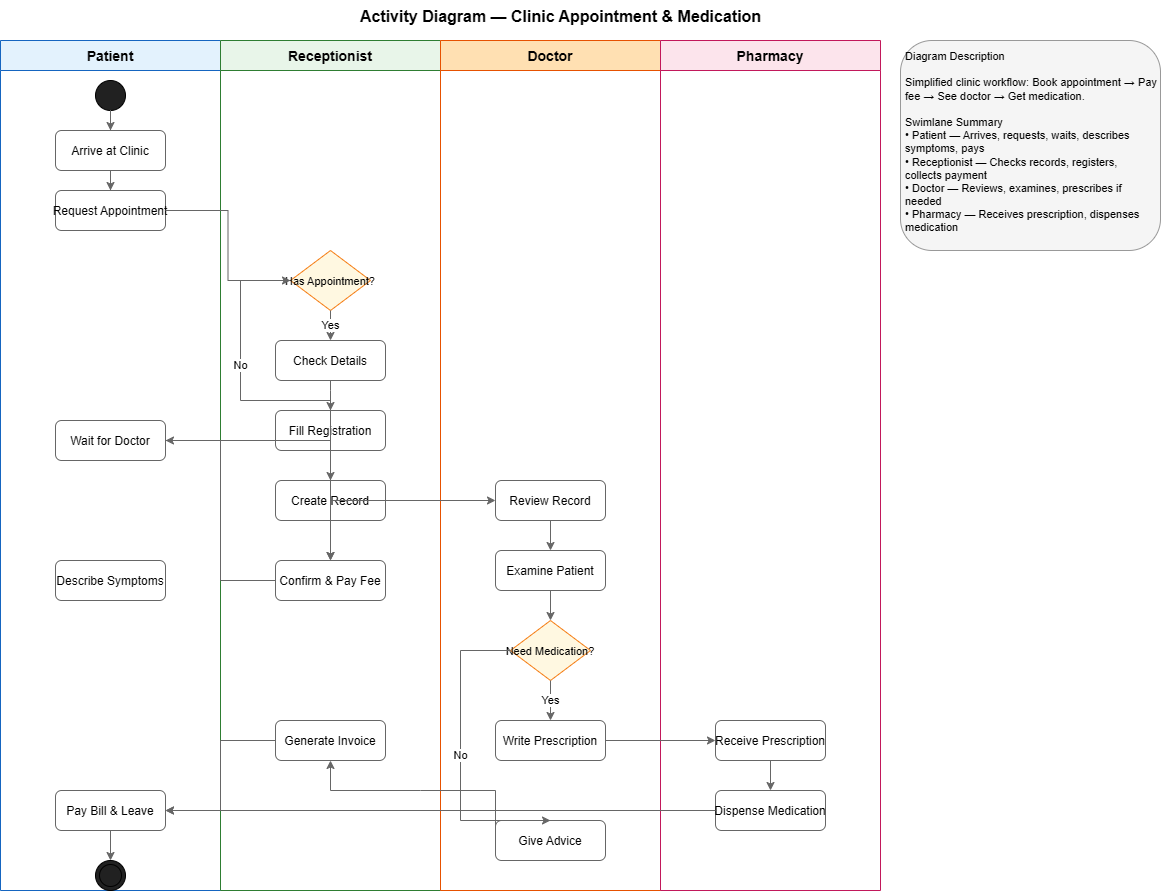
Before: Week5/Activity3/clinic_system.png, a diagram exported from draw.io (liangxiaoisme/MSE800). Source tidied: cells renumbered, new cells last; positions are measured from the earlier drawing's top-left corner, leaving out a move shared by most shapes.
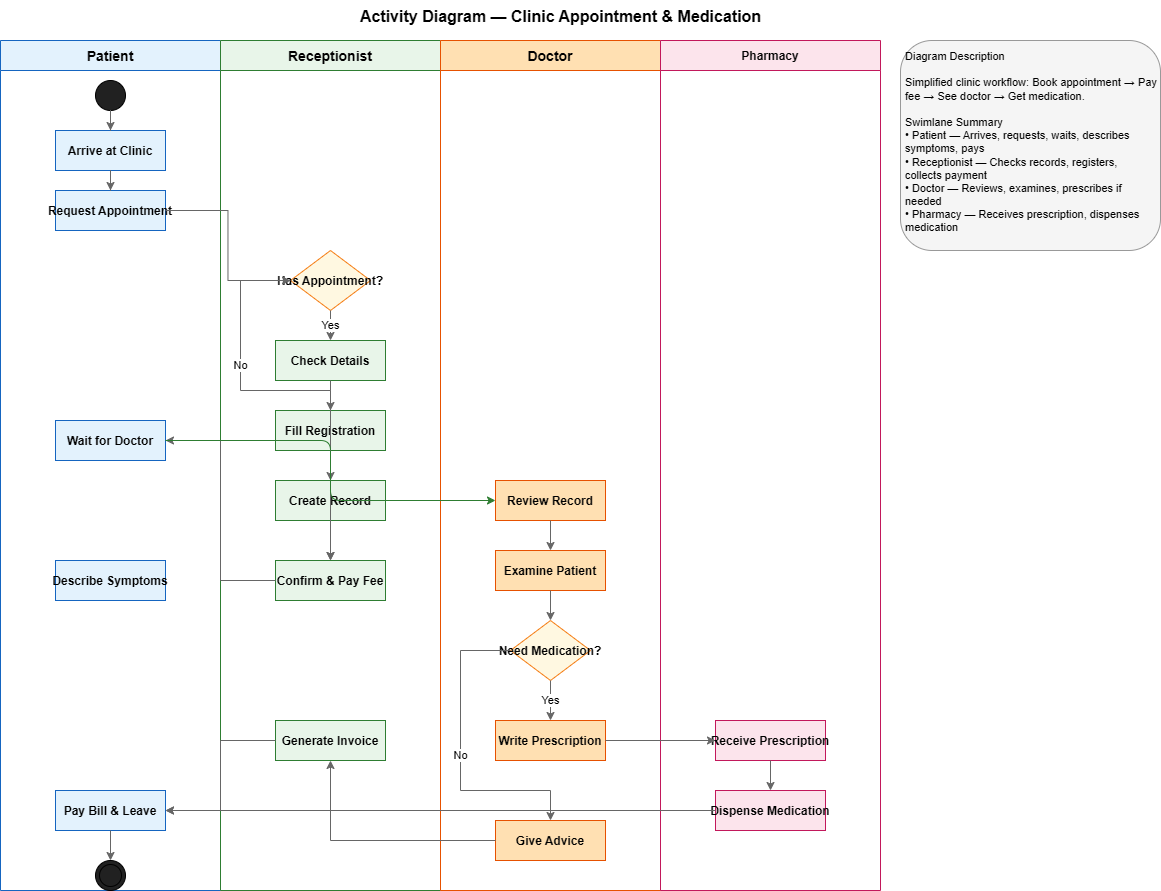
Above is the later version.

The edit, as a diff of the source:
```diff
@@ -5,25 +5,25 @@
     <mxCell id="2" value="Activity Diagram — Clinic Appointment &amp;amp; Medication" style="text;html=1;strokeColor=none;fillColor=none;fontSize=16;fontStyle=1;align=center;" parent="1" vertex="1">
       <mxGeometry x="260" width="600" height="30" as="geometry" />
     </mxCell>
-    <mxCell id="3" value="Patient" style="swimlane;fillColor=#E3F2FD;strokeColor=#1565C0;fontSize=14;fontStyle=1;startSize=30;" parent="1" vertex="1">
+    <mxCell id="3" value="Patient" style="swimlane;fillColor=#E3F2FD;strokeColor=#1565C0;fontSize=14;fontStyle=1;startSize=30;swimlaneFillColor=none;" parent="1" vertex="1">
       <mxGeometry y="40" width="220" height="850" as="geometry" />
     </mxCell>
     <mxCell id="4" style="ellipse;fillColor=#212121;strokeColor=#000000;" parent="3" vertex="1">
       <mxGeometry x="95" y="40" width="30" height="30" as="geometry" />
     </mxCell>
-    <mxCell id="5" value="Arrive at Clinic" style="rounded=1;fillColor=#FFFFFF;strokeColor=#666666;fontSize=12;" parent="3" vertex="1">
+    <mxCell id="5" value="Arrive at Clinic" style="fillColor=#E3F2FD;strokeColor=#1565C0;fontSize=12;align=center;verticalAlign=middle;swimlaneFillColor=none;fontFamily=Helvetica;fontColor=default;fontStyle=1;" parent="3" vertex="1">
       <mxGeometry x="55" y="90" width="110" height="40" as="geometry" />
     </mxCell>
-    <mxCell id="6" value="Request Appointment" style="rounded=1;fillColor=#FFFFFF;strokeColor=#666666;fontSize=12;" parent="3" vertex="1">
+    <mxCell id="6" value="Request Appointment" style="fillColor=#E3F2FD;strokeColor=#1565C0;fontSize=12;align=center;verticalAlign=middle;swimlaneFillColor=none;fontFamily=Helvetica;fontColor=default;fontStyle=1;" parent="3" vertex="1">
       <mxGeometry x="55" y="150" width="110" height="40" as="geometry" />
     </mxCell>
-    <mxCell id="7" value="Wait for Doctor" style="rounded=1;fillColor=#FFFFFF;strokeColor=#666666;fontSize=12;" parent="3" vertex="1">
+    <mxCell id="7" value="Wait for Doctor" style="fillColor=#E3F2FD;strokeColor=#1565C0;fontSize=12;align=center;verticalAlign=middle;swimlaneFillColor=none;fontFamily=Helvetica;fontColor=default;fontStyle=1;" parent="3" vertex="1">
       <mxGeometry x="55" y="380" width="110" height="40" as="geometry" />
     </mxCell>
-    <mxCell id="8" value="Describe Symptoms" style="rounded=1;fillColor=#FFFFFF;strokeColor=#666666;fontSize=12;" parent="3" vertex="1">
+    <mxCell id="8" value="Describe Symptoms" style="fillColor=#E3F2FD;strokeColor=#1565C0;fontSize=12;align=center;verticalAlign=middle;swimlaneFillColor=none;fontFamily=Helvetica;fontColor=default;fontStyle=1;" parent="3" vertex="1">
       <mxGeometry x="55" y="520" width="110" height="40" as="geometry" />
     </mxCell>
-    <mxCell id="9" value="Pay Bill &amp; Leave" style="rounded=1;fillColor=#FFFFFF;strokeColor=#666666;fontSize=12;" parent="3" vertex="1">
+    <mxCell id="9" value="Pay Bill &amp; Leave" style="fillColor=#E3F2FD;strokeColor=#1565C0;fontSize=12;align=center;verticalAlign=middle;swimlaneFillColor=none;fontFamily=Helvetica;fontColor=default;fontStyle=1;" parent="3" vertex="1">
       <mxGeometry x="55" y="750" width="110" height="40" as="geometry" />
     </mxCell>
     <mxCell id="10" style="ellipse;fillColor=#212121;strokeColor=#000000;html=1;shape=doubleEllipse;" parent="3" vertex="1">
@@ -41,22 +41,22 @@
     <mxCell id="14" value="Receptionist" style="swimlane;fillColor=#E8F5E9;strokeColor=#2E7D32;fontSize=14;fontStyle=1;startSize=30;" parent="1" vertex="1">
       <mxGeometry x="220" y="40" width="220" height="850" as="geometry" />
     </mxCell>
-    <mxCell id="15" value="Has Appointment?" style="rhombus;fillColor=#FFF8E1;strokeColor=#F57F17;fontSize=11;" parent="14" vertex="1">
+    <mxCell id="15" value="Has Appointment?" style="rhombus;fillColor=#FFF8E1;strokeColor=#F57F17;fontSize=12;align=center;verticalAlign=middle;fontFamily=Helvetica;fontColor=default;fontStyle=1;" parent="14" vertex="1">
       <mxGeometry x="70" y="210" width="80" height="60" as="geometry" />
     </mxCell>
-    <mxCell id="16" value="Check Details" style="rounded=1;fillColor=#FFFFFF;strokeColor=#666666;fontSize=12;" parent="14" vertex="1">
+    <mxCell id="16" value="Check Details" style="fillColor=#E8F5E9;strokeColor=#2E7D32;fontSize=12;align=center;verticalAlign=middle;fontFamily=Helvetica;fontColor=default;fontStyle=1;" parent="14" vertex="1">
       <mxGeometry x="55" y="300" width="110" height="40" as="geometry" />
     </mxCell>
-    <mxCell id="17" value="Fill Registration" style="rounded=1;fillColor=#FFFFFF;strokeColor=#666666;fontSize=12;" parent="14" vertex="1">
+    <mxCell id="17" value="Fill Registration" style="fillColor=#E8F5E9;strokeColor=#2E7D32;fontSize=12;align=center;verticalAlign=middle;fontFamily=Helvetica;fontColor=default;fontStyle=1;" parent="14" vertex="1">
       <mxGeometry x="55" y="370" width="110" height="40" as="geometry" />
     </mxCell>
-    <mxCell id="18" value="Create Record" style="rounded=1;fillColor=#FFFFFF;strokeColor=#666666;fontSize=12;" parent="14" vertex="1">
+    <mxCell id="18" value="Create Record" style="fillColor=#E8F5E9;strokeColor=#2E7D32;fontSize=12;align=center;verticalAlign=middle;fontFamily=Helvetica;fontColor=default;fontStyle=1;" parent="14" vertex="1">
       <mxGeometry x="55" y="440" width="110" height="40" as="geometry" />
     </mxCell>
-    <mxCell id="19" value="Confirm &amp; Pay Fee" style="rounded=1;fillColor=#FFFFFF;strokeColor=#666666;fontSize=12;" parent="14" vertex="1">
+    <mxCell id="19" value="Confirm &amp; Pay Fee" style="fillColor=#E8F5E9;strokeColor=#2E7D32;fontSize=12;align=center;verticalAlign=middle;fontFamily=Helvetica;fontColor=default;fontStyle=1;" parent="14" vertex="1">
       <mxGeometry x="55" y="520" width="110" height="40" as="geometry" />
     </mxCell>
-    <mxCell id="20" value="Generate Invoice" style="rounded=1;fillColor=#FFFFFF;strokeColor=#666666;fontSize=12;" parent="14" vertex="1">
+    <mxCell id="20" value="Generate Invoice" style="fillColor=#E8F5E9;strokeColor=#2E7D32;fontSize=12;align=center;verticalAlign=middle;fontFamily=Helvetica;fontColor=default;fontStyle=1;" parent="14" vertex="1">
       <mxGeometry x="55" y="680" width="110" height="40" as="geometry" />
     </mxCell>
     <mxCell id="21" value="Yes" style="edgeStyle=orthogonalEdgeStyle;rounded=0;jettySize=auto;html=1;strokeColor=#666666;exitX=0.5;exitY=1;entryX=0.5;entryY=0;" parent="14" edge="1" source="15" target="16">
@@ -66,7 +66,8 @@
       <mxGeometry relative="1" as="geometry">
         <Array as="points">
           <mxPoint x="20" y="240" />
-          <mxPoint x="20" y="360" />
+          <mxPoint x="20" y="350" />
+          <mxPoint x="110" y="350" />
         </Array>
       </mxGeometry>
     </mxCell>
@@ -87,19 +88,19 @@
     <mxCell id="26" value="Doctor" style="swimlane;fillColor=#FFE0B2;strokeColor=#E65100;fontSize=14;fontStyle=1;startSize=30;" parent="1" vertex="1">
       <mxGeometry x="440" y="40" width="220" height="850" as="geometry" />
     </mxCell>
-    <mxCell id="27" value="Review Record" style="rounded=1;fillColor=#FFFFFF;strokeColor=#666666;fontSize=12;" parent="26" vertex="1">
+    <mxCell id="27" value="Review Record" style="fillColor=#FFE0B2;strokeColor=#E65100;fontSize=12;align=center;verticalAlign=middle;fontFamily=Helvetica;fontColor=default;fontStyle=1;" parent="26" vertex="1">
       <mxGeometry x="55" y="440" width="110" height="40" as="geometry" />
     </mxCell>
-    <mxCell id="28" value="Examine Patient" style="rounded=1;fillColor=#FFFFFF;strokeColor=#666666;fontSize=12;" parent="26" vertex="1">
+    <mxCell id="28" value="Examine Patient" style="fillColor=#FFE0B2;strokeColor=#E65100;fontSize=12;align=center;verticalAlign=middle;fontFamily=Helvetica;fontColor=default;fontStyle=1;" parent="26" vertex="1">
       <mxGeometry x="55" y="510" width="110" height="40" as="geometry" />
     </mxCell>
-    <mxCell id="29" value="Need Medication?" style="rhombus;fillColor=#FFF8E1;strokeColor=#F57F17;fontSize=11;" parent="26" vertex="1">
+    <mxCell id="29" value="Need Medication?" style="rhombus;fillColor=#FFF8E1;strokeColor=#F57F17;fontSize=12;fontStyle=1;" parent="26" vertex="1">
       <mxGeometry x="70" y="580" width="80" height="60" as="geometry" />
     </mxCell>
-    <mxCell id="30" value="Write Prescription" style="rounded=1;fillColor=#FFFFFF;strokeColor=#666666;fontSize=12;" parent="26" vertex="1">
+    <mxCell id="30" value="Write Prescription" style="fillColor=#FFE0B2;strokeColor=#E65100;fontSize=12;align=center;verticalAlign=middle;fontFamily=Helvetica;fontColor=default;fontStyle=1;" parent="26" vertex="1">
       <mxGeometry x="55" y="680" width="110" height="40" as="geometry" />
     </mxCell>
-    <mxCell id="31" value="Give Advice" style="rounded=1;fillColor=#FFFFFF;strokeColor=#666666;fontSize=12;" parent="26" vertex="1">
+    <mxCell id="31" value="Give Advice" style="fillColor=#FFE0B2;strokeColor=#E65100;fontSize=12;align=center;verticalAlign=middle;fontFamily=Helvetica;fontColor=default;fontStyle=1;" parent="26" vertex="1">
       <mxGeometry x="55" y="780" width="110" height="40" as="geometry" />
     </mxCell>
     <mxCell id="32" style="edgeStyle=orthogonalEdgeStyle;rounded=0;jettySize=auto;html=1;strokeColor=#666666;" parent="26" edge="1" source="27" target="28">
@@ -115,17 +116,18 @@
       <mxGeometry relative="1" as="geometry">
         <Array as="points">
           <mxPoint x="20" y="610" />
-          <mxPoint x="20" y="780" />
+          <mxPoint x="20" y="750" />
+          <mxPoint x="110" y="750" />
         </Array>
       </mxGeometry>
     </mxCell>
-    <mxCell id="36" value="Pharmacy" style="swimlane;fillColor=#FCE4EC;strokeColor=#C2185B;fontSize=14;fontStyle=1;startSize=30;" parent="1" vertex="1">
+    <mxCell id="36" value="Pharmacy" style="swimlane;fillColor=#FCE4EC;strokeColor=#C2185B;fontSize=12;fontStyle=1;startSize=30;" parent="1" vertex="1">
       <mxGeometry x="660" y="40" width="220" height="850" as="geometry" />
     </mxCell>
-    <mxCell id="37" value="Receive Prescription" style="rounded=1;fillColor=#FFFFFF;strokeColor=#666666;fontSize=12;" parent="36" vertex="1">
+    <mxCell id="37" value="Receive Prescription" style="fillColor=#FCE4EC;strokeColor=#C2185B;fontSize=12;align=center;verticalAlign=middle;fontFamily=Helvetica;fontColor=default;fontStyle=1;" parent="36" vertex="1">
       <mxGeometry x="55" y="680" width="110" height="40" as="geometry" />
     </mxCell>
-    <mxCell id="38" value="Dispense Medication" style="rounded=1;fillColor=#FFFFFF;strokeColor=#666666;fontSize=12;" parent="36" vertex="1">
+    <mxCell id="38" value="Dispense Medication" style="fillColor=#FCE4EC;strokeColor=#C2185B;fontSize=12;align=center;verticalAlign=middle;fontFamily=Helvetica;fontColor=default;fontStyle=1;" parent="36" vertex="1">
       <mxGeometry x="55" y="750" width="110" height="40" as="geometry" />
     </mxCell>
     <mxCell id="39" style="edgeStyle=orthogonalEdgeStyle;rounded=0;jettySize=auto;html=1;strokeColor=#666666;" parent="36" edge="1" source="37" target="38">
@@ -140,7 +142,7 @@
     <mxCell id="42" style="edgeStyle=orthogonalEdgeStyle;rounded=0;jettySize=auto;html=1;strokeColor=#666666;exitX=0;exitY=0.5;entryX=1;entryY=0.5;" parent="1" edge="1" source="19" target="7">
       <mxGeometry relative="1" as="geometry" />
     </mxCell>
-    <mxCell id="43" style="edgeStyle=orthogonalEdgeStyle;rounded=0;jettySize=auto;html=1;strokeColor=#666666;exitX=1;exitY=0.5;entryX=0;entryY=0.5;" parent="1" edge="1" source="7" target="27">
+    <mxCell id="43" style="edgeStyle=orthogonalEdgeStyle;jettySize=auto;html=1;strokeColor=#2E7D32;exitX=1;exitY=0.5;entryX=0;entryY=0.5;align=center;verticalAlign=middle;fontFamily=Helvetica;fontSize=14;fontColor=default;fontStyle=1;startSize=30;fillColor=#E8F5E9;" parent="1" edge="1" source="7" target="27">
       <mxGeometry relative="1" as="geometry" />
     </mxCell>
     <mxCell id="44" style="edgeStyle=orthogonalEdgeStyle;rounded=0;jettySize=auto;html=1;strokeColor=#666666;exitX=1;exitY=0.5;entryX=0;entryY=0.5;" parent="1" edge="1" source="30" target="37">
@@ -152,9 +154,7 @@
     <mxCell id="46" style="edgeStyle=orthogonalEdgeStyle;rounded=0;jettySize=auto;html=1;strokeColor=#666666;exitX=0;exitY=0.5;entryX=0.5;entryY=1;" parent="1" edge="1" source="31" target="20">
       <mxGeometry relative="1" as="geometry">
         <Array as="points">
-          <mxPoint x="420" y="790" />
-          <mxPoint x="330" y="790" />
-          <mxPoint x="330" y="710" />
+          <mxPoint x="330" y="840" />
         </Array>
       </mxGeometry>
     </mxCell>
```
